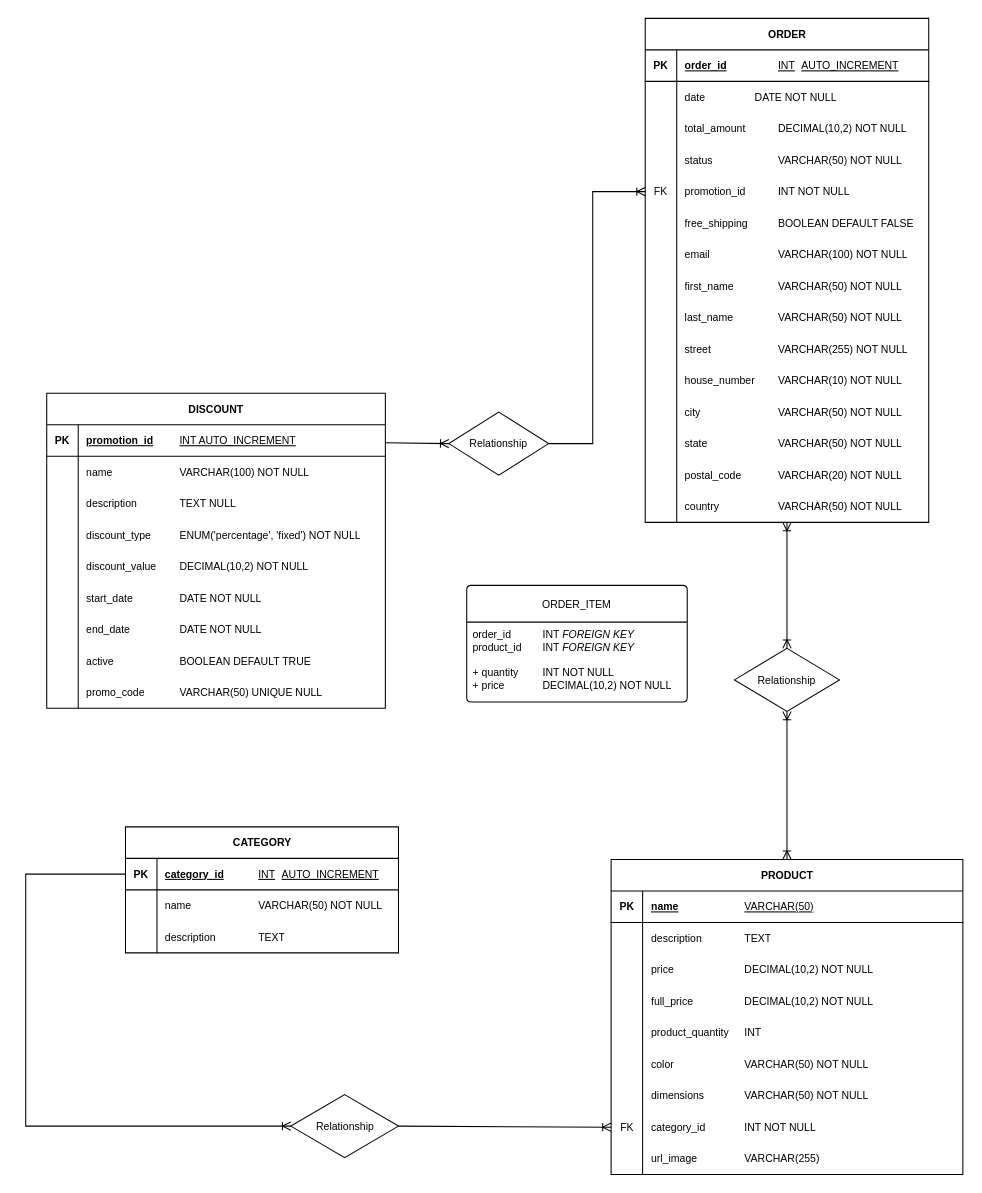
The draw.io diagram ER_DIAGRAM/dualia_db.dio in Michecosa/team-1, before the edit. Source tidied: cells renumbered, new cells numbered last; positions are measured from the earlier drawing's top-left corner, leaving out a move shared by most shapes. Both pictures are drawn from the tidied source at 105%, with x=0, y=0 at pixel (25, 18).
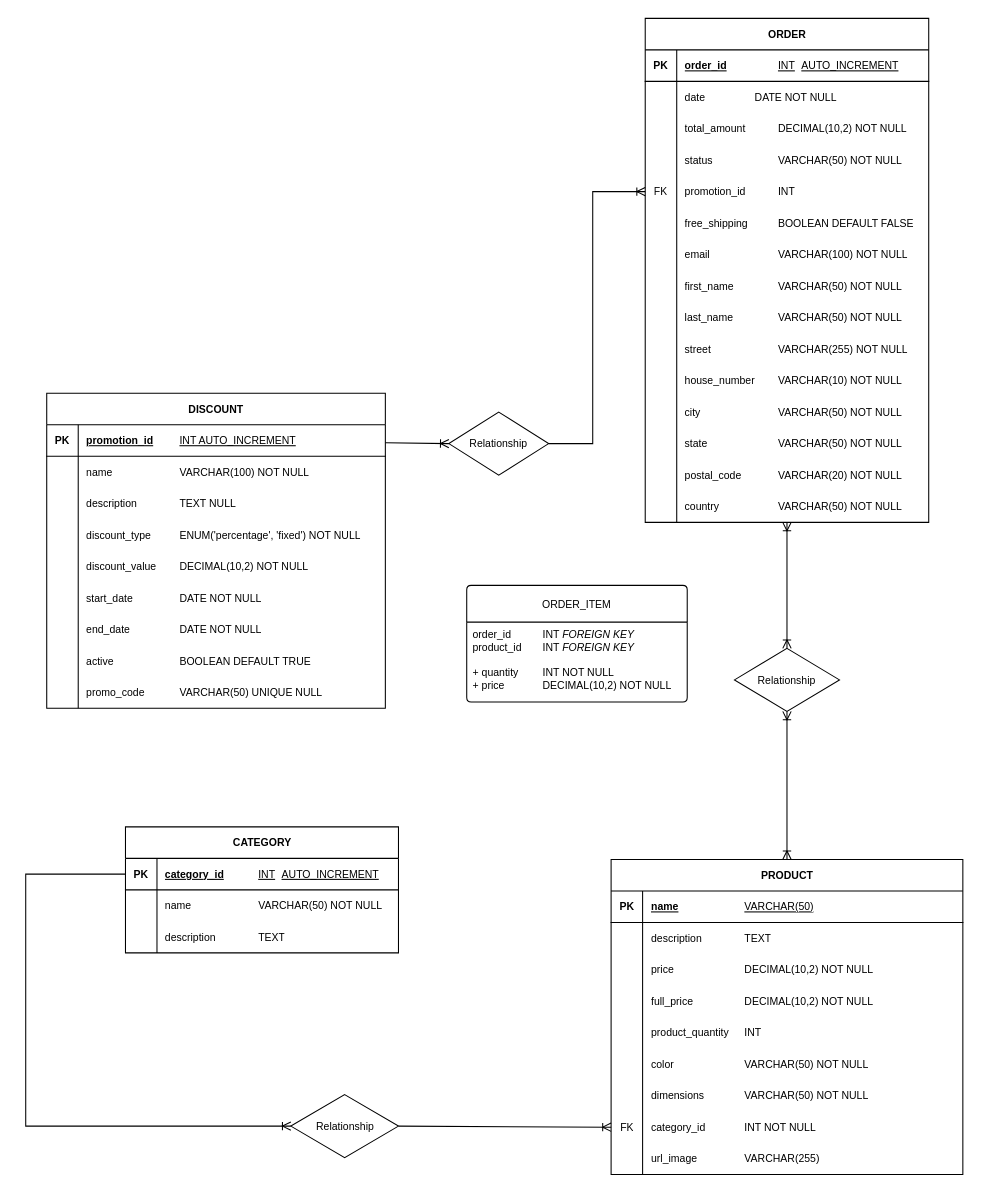
The same diagram, later.

The change refers to these unchanged cells:
```xml
<mxCell id="43" style="shape=tableRow;horizontal=0;startSize=0;swimlaneHead=0;swimlaneBody=0;fillColor=none;points=[[0,0.5],[1,0.5]];portConstraint=eastwest;top=0;left=0;right=0;bottom=0;fontSize=10;" parent="30" vertex="1">
  <mxGeometry y="150" width="270" height="30" as="geometry" />
</mxCell>
```

Diff of the diagram source:
```diff
@@
-    <mxCell id="45" value="promotion_id&lt;span style=&quot;white-space: pre;&quot;&gt;&#9;&lt;span style=&quot;white-space: pre;&quot;&gt;&#9;&lt;/span&gt;&lt;/span&gt;INT&amp;nbsp;&lt;span style=&quot;color: rgb(0, 0, 0);&quot;&gt;NOT NULL&lt;/span&gt;" style="shape=partialRectangle;fillColor=none;top=0;left=0;bottom=0;right=0;align=left;spacingLeft=6;overflow=hidden;whiteSpace=wrap;html=1;fontSize=10;" parent="43" vertex="1">
+    <mxCell id="45" value="promotion_id&lt;span style=&quot;white-space: pre;&quot;&gt;&#9;&lt;span style=&quot;white-space: pre;&quot;&gt;&#9;&lt;/span&gt;&lt;/span&gt;INT" style="shape=partialRectangle;fillColor=none;top=0;left=0;bottom=0;right=0;align=left;spacingLeft=6;overflow=hidden;whiteSpace=wrap;html=1;fontSize=10;" parent="43" vertex="1">
       <mxGeometry x="30" width="240" height="30" as="geometry" />
     </mxCell>
```
